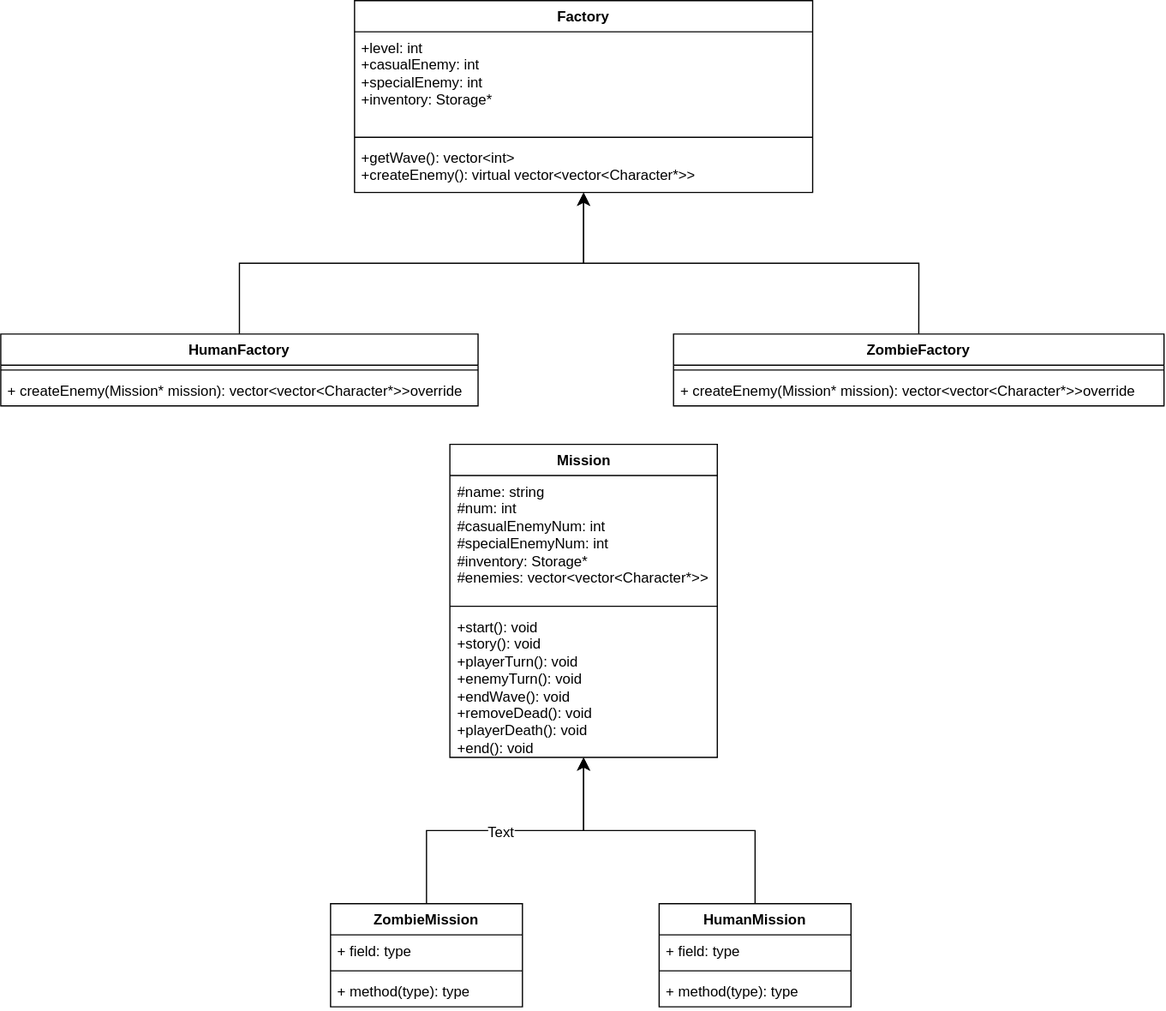
Before: Umls/mission uml.svg, a diagram exported from draw.io (amir-samiee/iustz). Source tidied: cells renumbered, new cells last; positions are measured from the earlier drawing's top-left corner, leaving out a move shared by most shapes.
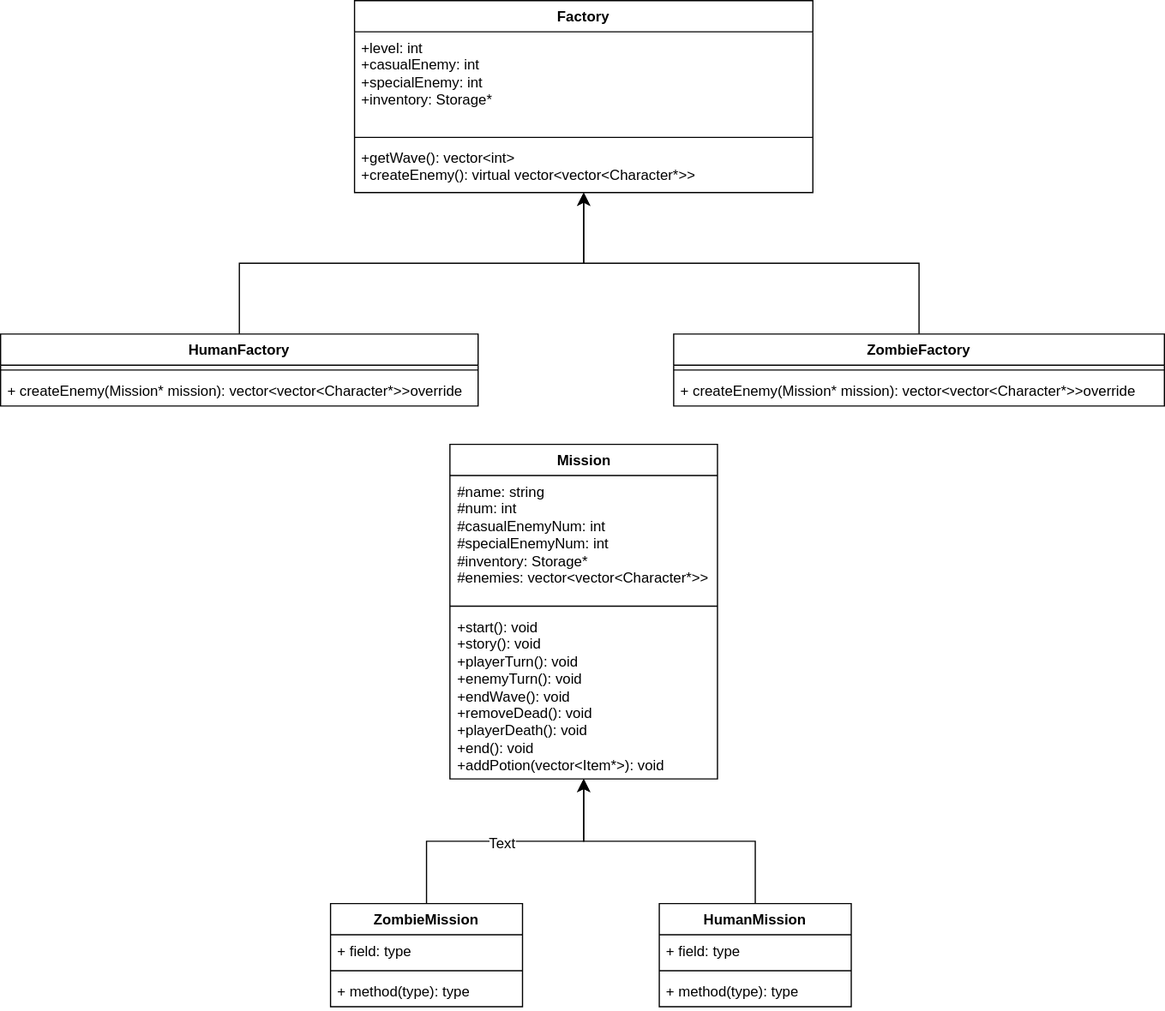
The same diagram one commit later.

Commit message:
updating mission uml

Change to the diagram source:
```diff
@@ -3,7 +3,7 @@
     <mxCell id="0" />
     <mxCell id="1" parent="0" />
     <mxCell id="2" value="Mission" style="swimlane;fontStyle=1;align=center;verticalAlign=top;horizontal=1;startSize=26;whiteSpace=wrap;html=1;" parent="1" vertex="1">
-      <mxGeometry x="374.5" y="370" width="223" height="261" as="geometry" />
+      <mxGeometry x="374.5" y="370" width="223" height="279" as="geometry" />
     </mxCell>
     <mxCell id="3" value="&lt;div&gt;#name: string&lt;/div&gt;&lt;div&gt;#num: int&lt;/div&gt;&lt;div&gt;#casualEnemyNum: int&lt;/div&gt;&lt;div&gt;#specialEnemyNum: int&lt;/div&gt;&lt;div&gt;&lt;span style=&quot;background-color: initial;&quot;&gt;#inventory: Storage*&lt;/span&gt;&lt;/div&gt;&lt;div&gt;#enemies: vector&amp;lt;vector&amp;lt;Character*&amp;gt;&amp;gt;&lt;br&gt;&lt;/div&gt;" style="text;strokeColor=none;fillColor=none;align=left;verticalAlign=top;spacingLeft=4;spacingRight=4;overflow=hidden;whiteSpace=wrap;html=1;" parent="2" vertex="1">
       <mxGeometry y="26" width="223" height="105" as="geometry" />
@@ -11,8 +11,8 @@
     <mxCell id="4" style="line;strokeWidth=1;fillColor=none;align=left;verticalAlign=middle;spacingTop=-1;spacingLeft=3;spacingRight=3;labelPosition=right;strokeColor=inherit;" parent="2" vertex="1">
       <mxGeometry y="131" width="223" height="8" as="geometry" />
     </mxCell>
-    <mxCell id="5" value="&lt;div&gt;&lt;span style=&quot;background-color: initial;&quot;&gt;+start(): void&lt;/span&gt;&lt;/div&gt;&lt;div&gt;&lt;span style=&quot;background-color: initial;&quot;&gt;+story(): void&lt;/span&gt;&lt;/div&gt;&lt;div&gt;&lt;span style=&quot;background-color: initial;&quot;&gt;+playerTurn(): void&lt;/span&gt;&lt;br&gt;&lt;/div&gt;&lt;div&gt;&lt;span style=&quot;background-color: initial;&quot;&gt;+enemyTurn(): void&lt;/span&gt;&lt;br&gt;&lt;/div&gt;&lt;div&gt;+endWave(): void&lt;/div&gt;&lt;div&gt;+removeDead(): void&lt;/div&gt;&lt;div&gt;+playerDeath(): void&lt;/div&gt;&lt;div&gt;+end(): void&lt;/div&gt;" style="text;strokeColor=none;fillColor=none;align=left;verticalAlign=top;spacingLeft=4;spacingRight=4;overflow=hidden;whiteSpace=wrap;html=1;" parent="2" vertex="1">
-      <mxGeometry y="139" width="223" height="122" as="geometry" />
+    <mxCell id="5" value="&lt;div&gt;&lt;span style=&quot;background-color: initial;&quot;&gt;+start(): void&lt;/span&gt;&lt;/div&gt;&lt;div&gt;&lt;span style=&quot;background-color: initial;&quot;&gt;+story(): void&lt;/span&gt;&lt;/div&gt;&lt;div&gt;&lt;span style=&quot;background-color: initial;&quot;&gt;+playerTurn(): void&lt;/span&gt;&lt;br&gt;&lt;/div&gt;&lt;div&gt;&lt;span style=&quot;background-color: initial;&quot;&gt;+enemyTurn(): void&lt;/span&gt;&lt;br&gt;&lt;/div&gt;&lt;div&gt;+endWave(): void&lt;/div&gt;&lt;div&gt;+removeDead(): void&lt;/div&gt;&lt;div&gt;+playerDeath(): void&lt;/div&gt;&lt;div&gt;+end(): void&lt;/div&gt;&lt;div&gt;+addPotion(vector&amp;lt;Item*&amp;gt;): void&lt;/div&gt;" style="text;strokeColor=none;fillColor=none;align=left;verticalAlign=top;spacingLeft=4;spacingRight=4;overflow=hidden;whiteSpace=wrap;html=1;" parent="2" vertex="1">
+      <mxGeometry y="139" width="223" height="140" as="geometry" />
     </mxCell>
     <mxCell id="6" style="edgeStyle=orthogonalEdgeStyle;rounded=0;jettySize=auto;html=1;exitX=0.5;exitY=0;exitDx=0;exitDy=0;fontSize=12;startSize=8;endSize=8;" parent="1" edge="1" source="7" target="2">
       <mxGeometry relative="1" as="geometry" />
```
